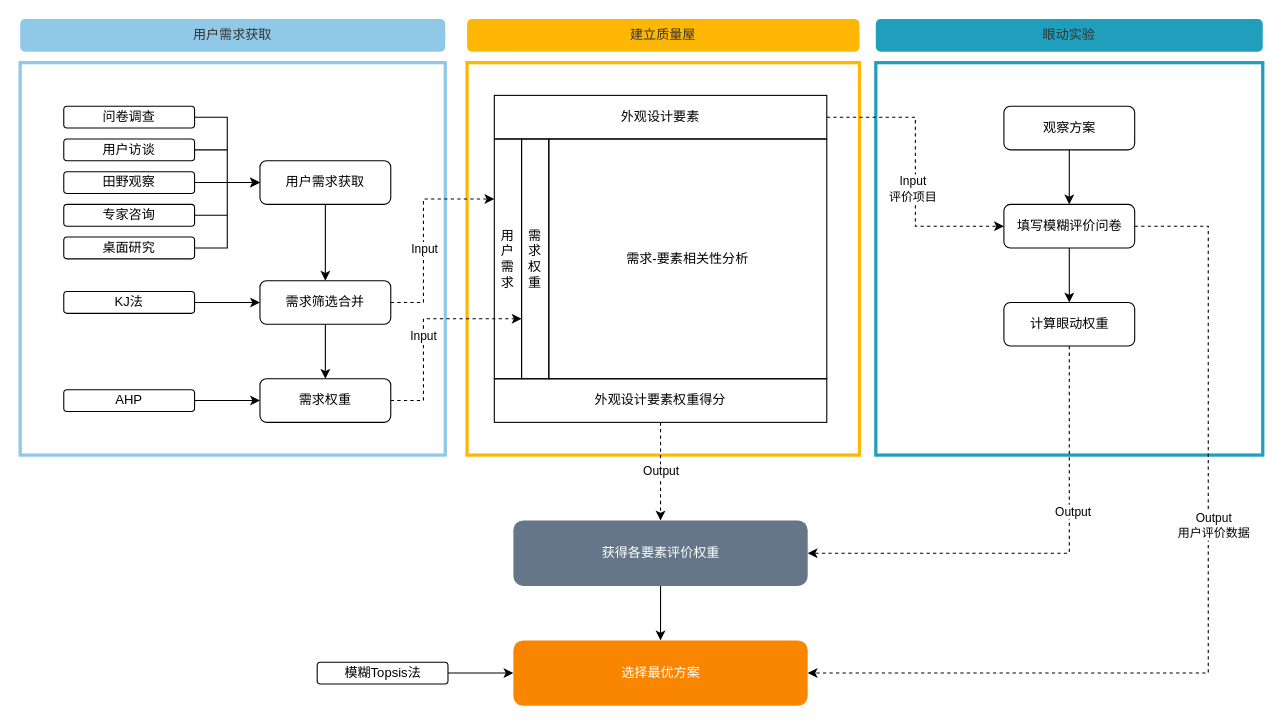
Earlier version of the draw.io diagram QFD眼动评估流程.drawio (df3dysn/Yang-). Source tidied: cells renumbered, new cells numbered last; positions are measured from the earlier drawing's top-left corner, leaving out a move shared by most shapes. Both pictures are drawn from the tidied source at 109%, with x=0, y=0 at pixel (20, 19).
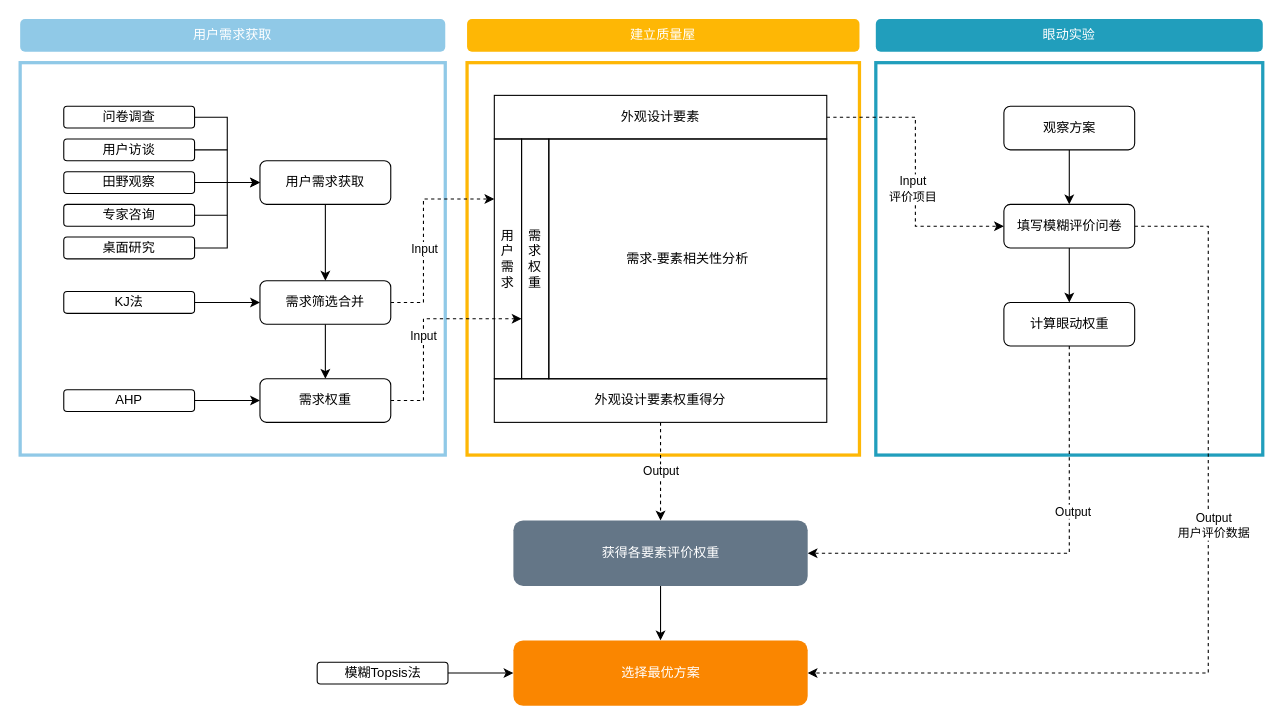
The same diagram, later.

Commit message (it also covers changes not shown here):
Update QFD眼动评估流程.drawio

Diff of the diagram source:
```diff
@@
-    <mxCell id="14" value="用户需求获取" style="rounded=1;whiteSpace=wrap;html=1;strokeColor=none;strokeWidth=2;fillColor=#90C9E7;glass=0;shadow=0;sketch=0;fontColor=#333333;" parent="1" vertex="1">
+    <mxCell id="14" value="用户需求获取" style="rounded=1;whiteSpace=wrap;html=1;strokeColor=none;strokeWidth=2;fillColor=#90C9E7;glass=0;shadow=0;sketch=0;fontColor=#FFFFFF;" parent="1" vertex="1">
       <mxGeometry width="390" height="30" as="geometry" />
     </mxCell>
@@
-    <mxCell id="29" value="建立质量屋" style="rounded=1;whiteSpace=wrap;html=1;strokeColor=none;strokeWidth=2;fillColor=#FEB705;glass=0;shadow=0;sketch=0;fontColor=#333333;" parent="1" vertex="1">
+    <mxCell id="29" value="建立质量屋" style="rounded=1;whiteSpace=wrap;html=1;strokeColor=none;strokeWidth=2;fillColor=#FEB705;glass=0;shadow=0;sketch=0;fontColor=#FFFFFF;" parent="1" vertex="1">
       <mxGeometry x="410" width="360" height="30" as="geometry" />
     </mxCell>
@@
-    <mxCell id="38" value="眼动实验" style="rounded=1;whiteSpace=wrap;html=1;strokeColor=none;strokeWidth=2;fillColor=#219EBC;glass=0;shadow=0;sketch=0;fontColor=#333333;" parent="1" vertex="1">
+    <mxCell id="38" value="眼动实验" style="rounded=1;whiteSpace=wrap;html=1;strokeColor=none;strokeWidth=2;fillColor=#219EBC;glass=0;shadow=0;sketch=0;fontColor=#FFFFFF;" parent="1" vertex="1">
       <mxGeometry x="785" width="355" height="30" as="geometry" />
     </mxCell>
```
